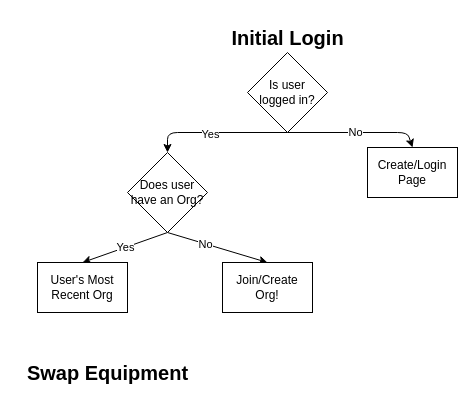
The draw.io diagram documents/flow.drawio in Dougu-Asa/Dougu, before the edit. Source tidied: cells renumbered, new cells numbered last; positions are measured from the earlier drawing's top-left corner, leaving out a move shared by most shapes. Both pictures are drawn from the tidied source at 100%, with x=0, y=0 at pixel (17, 17).
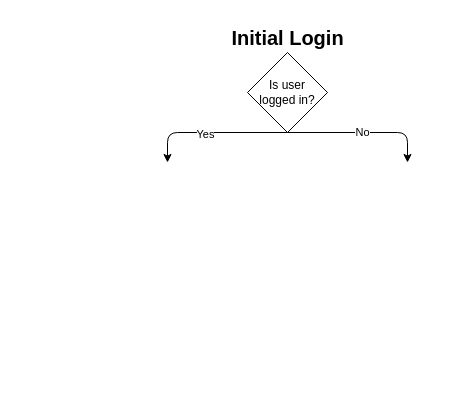
Above is the later version.

Change to the diagram source:
```diff
@@
 <mxGraphModel>
   <root>
     <mxCell id="0" />
     <mxCell id="1" parent="0" />
-    <mxCell id="2" value="No" style="edgeStyle=none;html=1;exitX=0.5;exitY=1;exitDx=0;exitDy=0;entryX=0.5;entryY=0;entryDx=0;entryDy=0;" parent="1" edge="1" source="5" target="10">
+    <mxCell id="2" value="No" style="edgeStyle=none;html=1;exitX=0.5;exitY=1;exitDx=0;exitDy=0;" parent="1" edge="1" source="5">
       <mxGeometry relative="1" as="geometry">
+        <mxPoint x="390" y="145" as="targetPoint" />
         <Array as="points">
           <mxPoint x="390" y="115" />
         </Array>
       </mxGeometry>
     </mxCell>
-    <mxCell id="3" style="edgeStyle=none;html=1;exitX=0.5;exitY=1;exitDx=0;exitDy=0;entryX=0.5;entryY=0;entryDx=0;entryDy=0;" parent="1" edge="1" source="5" target="9">
+    <mxCell id="3" style="edgeStyle=none;html=1;exitX=0.5;exitY=1;exitDx=0;exitDy=0;" parent="1" edge="1" source="5">
       <mxGeometry relative="1" as="geometry">
+        <mxPoint x="150" y="145" as="targetPoint" />
         <Array as="points">
           <mxPoint x="150" y="115" />
         </Array>
       </mxGeometry>
     </mxCell>
     <mxCell id="4" value="Yes" style="edgeLabel;html=1;align=center;verticalAlign=middle;" parent="3" vertex="1">
       <mxGeometry x="0.11" y="1" relative="1" as="geometry" />
     </mxCell>
     <mxCell id="5" value="Is user &lt;br&gt;logged in?" style="rhombus;whiteSpace=wrap;html=1;" parent="1" vertex="1">
       <mxGeometry x="230" y="35" width="80" height="80" as="geometry" />
     </mxCell>
-    <mxCell id="6" value="Yes" style="edgeStyle=none;html=1;exitX=0.5;exitY=1;exitDx=0;exitDy=0;entryX=0.5;entryY=0;entryDx=0;entryDy=0;" parent="1" edge="1" source="9" target="11">
-      <mxGeometry relative="1" as="geometry" />
-    </mxCell>
-    <mxCell id="7" style="edgeStyle=none;html=1;exitX=0.5;exitY=1;exitDx=0;exitDy=0;entryX=0.5;entryY=0;entryDx=0;entryDy=0;" parent="1" edge="1" source="9" target="12">
-      <mxGeometry relative="1" as="geometry" />
-    </mxCell>
-    <mxCell id="8" value="No" style="edgeLabel;html=1;align=center;verticalAlign=middle;" parent="7" vertex="1">
-      <mxGeometry x="-0.26" relative="1" as="geometry" />
-    </mxCell>
-    <mxCell id="9" value="Does user&lt;br&gt;have an Org?" style="rhombus;whiteSpace=wrap;html=1;" parent="1" vertex="1">
-      <mxGeometry x="110" y="135" width="80" height="80" as="geometry" />
-    </mxCell>
-    <mxCell id="10" value="Create/Login&lt;br&gt;Page" style="whiteSpace=wrap;html=1;" parent="1" vertex="1">
-      <mxGeometry x="350" y="130" width="90" height="50" as="geometry" />
-    </mxCell>
-    <mxCell id="11" value="User's Most&lt;br&gt;Recent Org" style="whiteSpace=wrap;html=1;" parent="1" vertex="1">
-      <mxGeometry x="20" y="245" width="90" height="50" as="geometry" />
-    </mxCell>
-    <mxCell id="12" value="Join/Create Org!" style="whiteSpace=wrap;html=1;" parent="1" vertex="1">
-      <mxGeometry x="205" y="245" width="90" height="50" as="geometry" />
-    </mxCell>
     <mxCell id="13" value="&lt;font style=&quot;font-size: 20px;&quot;&gt;&lt;b&gt;Initial Login&lt;/b&gt;&lt;/font&gt;" style="text;html=1;align=center;verticalAlign=middle;strokeColor=none;fillColor=none;" parent="1" vertex="1">
       <mxGeometry x="200" width="140" height="40" as="geometry" />
     </mxCell>
-    <mxCell id="14" value="&lt;font style=&quot;font-size: 20px;&quot;&gt;&lt;b&gt;Swap Equipment&lt;/b&gt;&lt;/font&gt;" style="text;html=1;align=center;verticalAlign=middle;strokeColor=none;fillColor=none;" parent="1" vertex="1">
-      <mxGeometry y="335" width="180" height="40" as="geometry" />
-    </mxCell>
   </root>
 </mxGraphModel>
```
